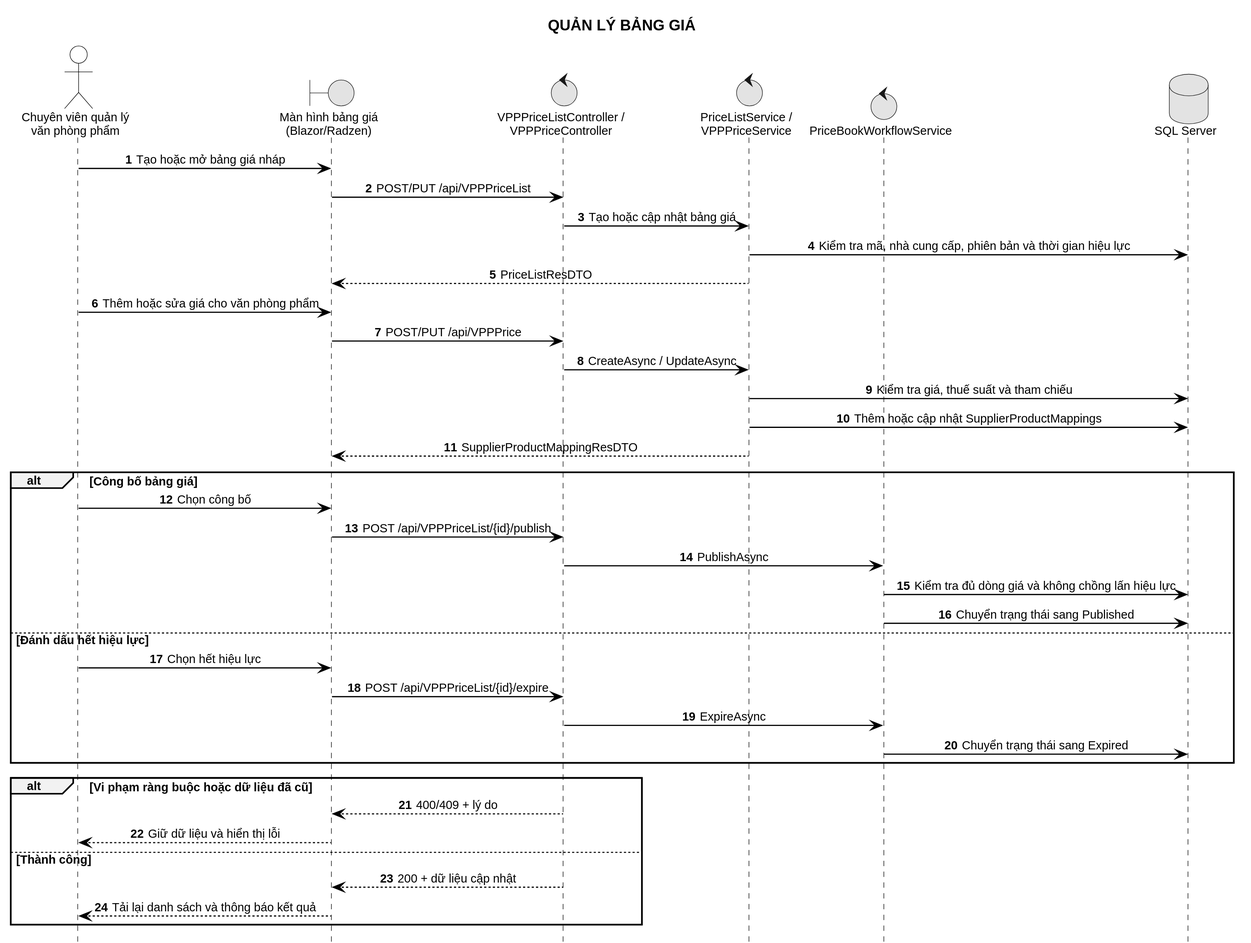
Miikey24s/gtas_vpp keeps this PlantUML diagram as LVTN/diagrams/ch03/sequence-manage-pricing.svg. Above is the earlier version.
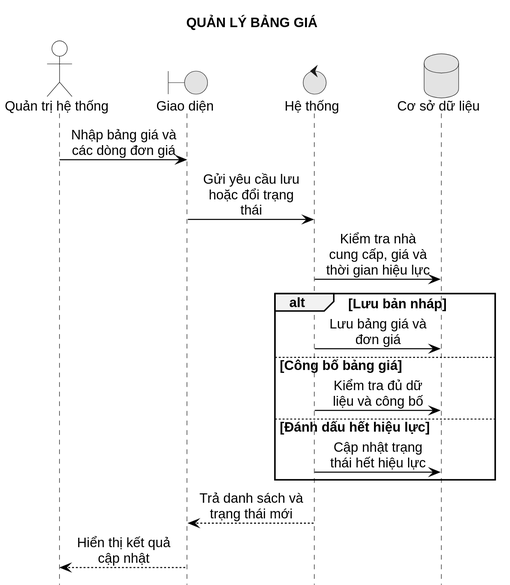
After the commit.

What changed in the source:
```diff
@@ -2,44 +2,22 @@
 !include ../common/sequence-style.puml
 title QUẢN LÝ BẢNG GIÁ
 
-actor "Chuyên viên quản lý\nvăn phòng phẩm" as Manager
-boundary "Màn hình bảng giá\n(Blazor/Radzen)" as FE
-control "VPPPriceListController /\nVPPPriceController" as API
-control "PriceListService /\nVPPPriceService" as Service
-control "PriceBookWorkflowService" as Workflow
-database "SQL Server" as DB
+actor "Quản trị hệ thống" as Manager
+boundary "Giao diện" as UI
+control "Hệ thống" as System
+database "Cơ sở dữ liệu" as DB
 
-Manager -> FE : Tạo hoặc mở bảng giá nháp
-FE -> API : POST/PUT /api/VPPPriceList
-API -> Service : Tạo hoặc cập nhật bảng giá
-Service -> DB : Kiểm tra mã, nhà cung cấp, phiên bản và thời gian hiệu lực
-Service --> FE : PriceListResDTO
+Manager -> UI : Nhập bảng giá và các dòng đơn giá
+UI -> System : Gửi yêu cầu lưu hoặc đổi trạng thái
+System -> DB : Kiểm tra nhà cung cấp, giá và thời gian hiệu lực
 
-Manager -> FE : Thêm hoặc sửa giá cho văn phòng phẩm
-FE -> API : POST/PUT /api/VPPPrice
-API -> Service : CreateAsync / UpdateAsync
-Service -> DB : Kiểm tra giá, thuế suất và tham chiếu
-Service -> DB : Thêm hoặc cập nhật SupplierProductMappings
-Service --> FE : SupplierProductMappingResDTO
-
-alt Công bố bảng giá
-  Manager -> FE : Chọn công bố
-  FE -> API : POST /api/VPPPriceList/{id}/publish
-  API -> Workflow : PublishAsync
-  Workflow -> DB : Kiểm tra đủ dòng giá và không chồng lấn hiệu lực
-  Workflow -> DB : Chuyển trạng thái sang Published
+alt Lưu bản nháp
+  System -> DB : Lưu bảng giá và đơn giá
+else Công bố bảng giá
+  System -> DB : Kiểm tra đủ dữ liệu và công bố
 else Đánh dấu hết hiệu lực
-  Manager -> FE : Chọn hết hiệu lực
-  FE -> API : POST /api/VPPPriceList/{id}/expire
-  API -> Workflow : ExpireAsync
-  Workflow -> DB : Chuyển trạng thái sang Expired
+  System -> DB : Cập nhật trạng thái hết hiệu lực
 end
-
-alt Vi phạm ràng buộc hoặc dữ liệu đã cũ
-  API --> FE : 400/409 + lý do
-  FE --> Manager : Giữ dữ liệu và hiển thị lỗi
-else Thành công
-  API --> FE : 200 + dữ liệu cập nhật
-  FE --> Manager : Tải lại danh sách và thông báo kết quả
-end
+System --> UI : Trả danh sách và trạng thái mới
+UI --> Manager : Hiển thị kết quả cập nhật
 @enduml
```
